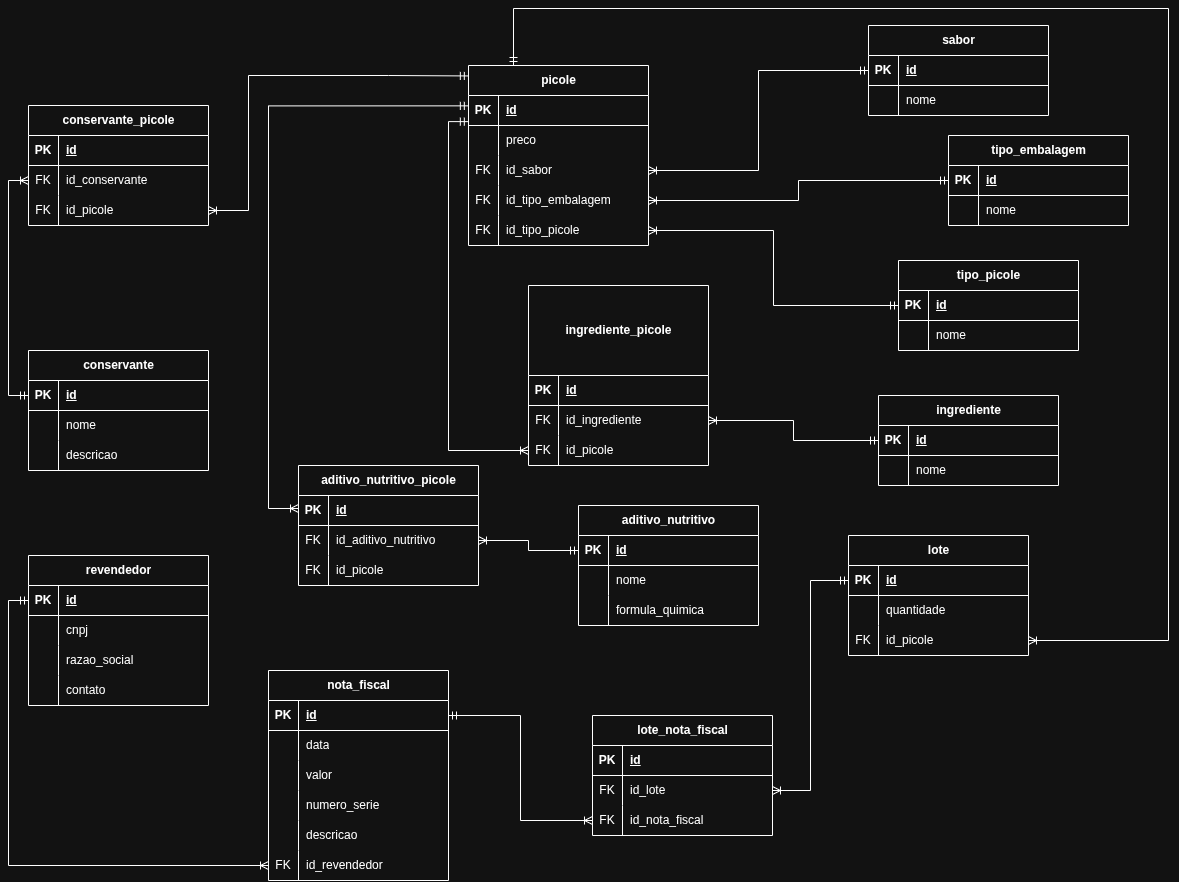
This is Imagens/bancos_de_dados/der_exercicio.png from matheusalencar23/estudo, a draw.io export, as it was before one commit. Source tidied: cells renumbered, new cells last; positions are measured from the earlier drawing's top-left corner, leaving out a move shared by most shapes.
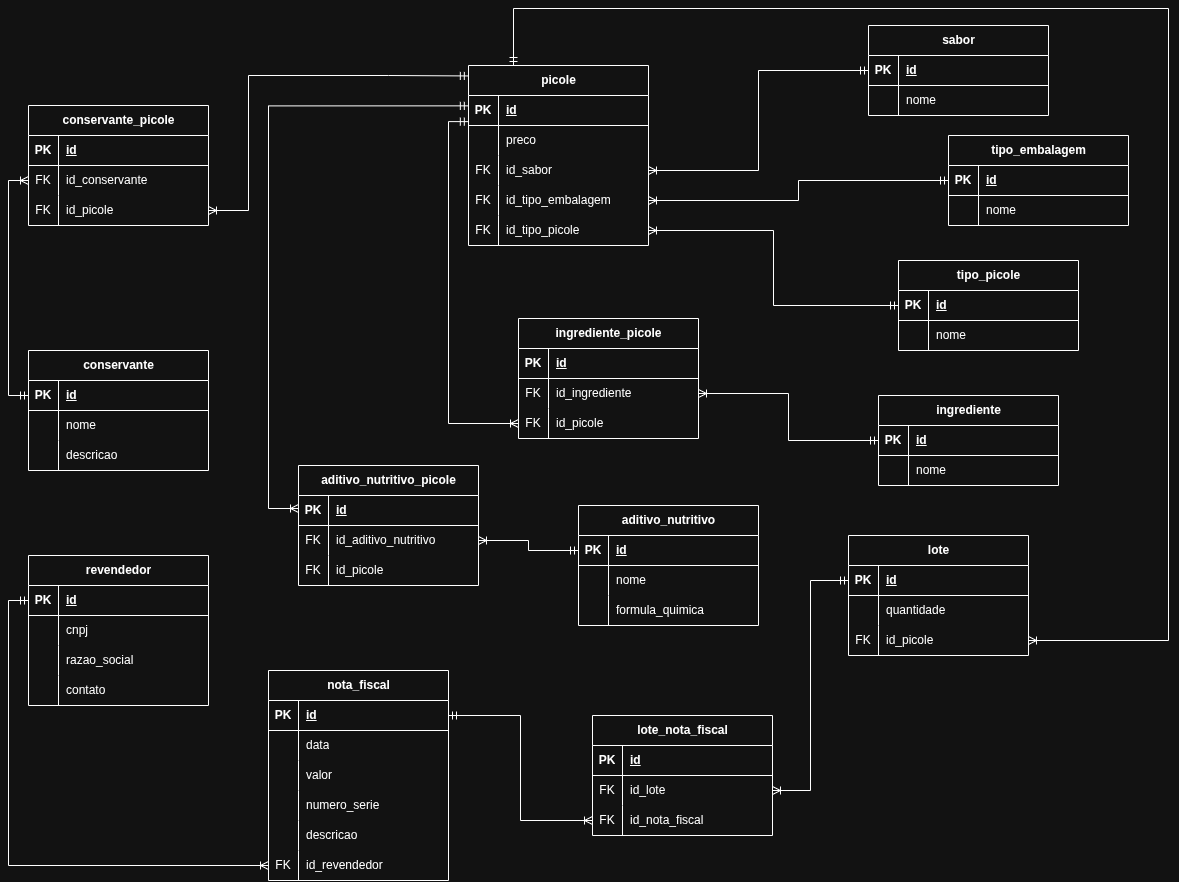
After the commit.

Commit message:
vault backup: 2026-10-28 14:26:30

The edit, as a diff of the source:
```diff
@@ -143,11 +143,11 @@
     <mxCell id="48" style="edgeStyle=orthogonalEdgeStyle;rounded=0;jettySize=auto;html=1;entryX=0;entryY=0.5;entryDx=0;entryDy=0;defaultLabelBackgroundColor=gap;endArrow=ERmandOne;endFill=0;startArrow=ERoneToMany;startFill=0;" parent="1" edge="1" source="29" target="3">
       <mxGeometry relative="1" as="geometry" />
     </mxCell>
-    <mxCell id="49" value="ingrediente_picole" style="shape=table;startSize=90;rowLines=0;fontStyle=1;align=center;html=1;" parent="1" vertex="1">
-      <mxGeometry x="500" y="277" width="180" height="180" as="geometry" />
+    <mxCell id="49" value="ingrediente_picole" style="shape=table;startSize=30;rowLines=0;fontStyle=1;align=center;html=1;" parent="1" vertex="1">
+      <mxGeometry x="490" y="310" width="180" height="120" as="geometry" />
     </mxCell>
     <mxCell id="50" style="shape=tableRow;horizontal=0;startSize=0;swimlaneHead=0;swimlaneBody=0;fillColor=none;top=0;left=0;right=0;bottom=1;" parent="49" vertex="1">
-      <mxGeometry y="90" width="180" height="30" as="geometry" />
+      <mxGeometry y="30" width="180" height="30" as="geometry" />
     </mxCell>
     <mxCell id="51" value="PK" style="shape=partialRectangle;fillColor=none;top=0;left=0;bottom=0;right=0;fontStyle=1;overflow=hidden;whiteSpace=wrap;html=1;" parent="50" vertex="1">
       <mxGeometry width="30" height="30" as="geometry" />
@@ -156,7 +156,7 @@
       <mxGeometry x="30" width="150" height="30" as="geometry" />
     </mxCell>
     <mxCell id="53" style="shape=tableRow;horizontal=0;startSize=0;swimlaneHead=0;swimlaneBody=0;fillColor=none;points=[[0,0.5],[1,0.5]];portConstraint=eastwest;top=0;left=0;right=0;bottom=0;" parent="49" vertex="1">
-      <mxGeometry y="120" width="180" height="30" as="geometry" />
+      <mxGeometry y="60" width="180" height="30" as="geometry" />
     </mxCell>
     <mxCell id="54" value="FK" style="shape=partialRectangle;fillColor=none;top=0;left=0;bottom=0;right=0;overflow=hidden;whiteSpace=wrap;html=1;" parent="53" vertex="1">
       <mxGeometry width="30" height="30" as="geometry" />
@@ -165,7 +165,7 @@
       <mxGeometry x="30" width="150" height="30" as="geometry" />
     </mxCell>
     <mxCell id="56" style="shape=tableRow;horizontal=0;startSize=0;swimlaneHead=0;swimlaneBody=0;fillColor=none;points=[[0,0.5],[1,0.5]];portConstraint=eastwest;top=0;left=0;right=0;bottom=0;" parent="49" vertex="1">
-      <mxGeometry y="150" width="180" height="30" as="geometry" />
+      <mxGeometry y="90" width="180" height="30" as="geometry" />
     </mxCell>
     <mxCell id="57" value="FK" style="shape=partialRectangle;fillColor=none;top=0;left=0;bottom=0;right=0;overflow=hidden;whiteSpace=wrap;html=1;" parent="56" vertex="1">
       <mxGeometry width="30" height="30" as="geometry" />
```
